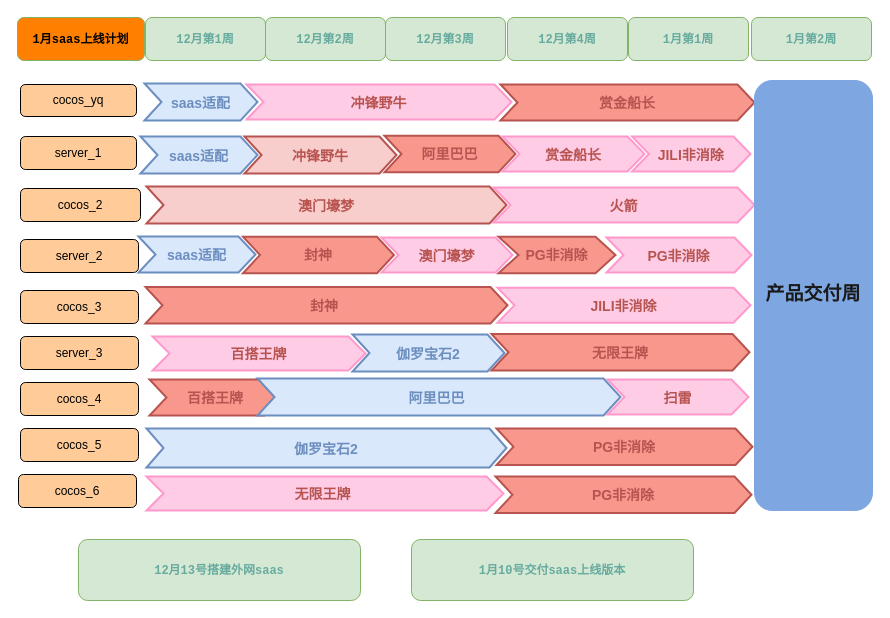
This is 10月计划.drawio from iteevohe/images, a draw.io file, before an edit. Source tidied: cells renumbered, new cells numbered last; positions are measured from the earlier drawing's top-left corner, leaving out a move shared by most shapes. Both pictures are drawn from the tidied source at 100%, with x=0, y=0 at pixel (17, 17).
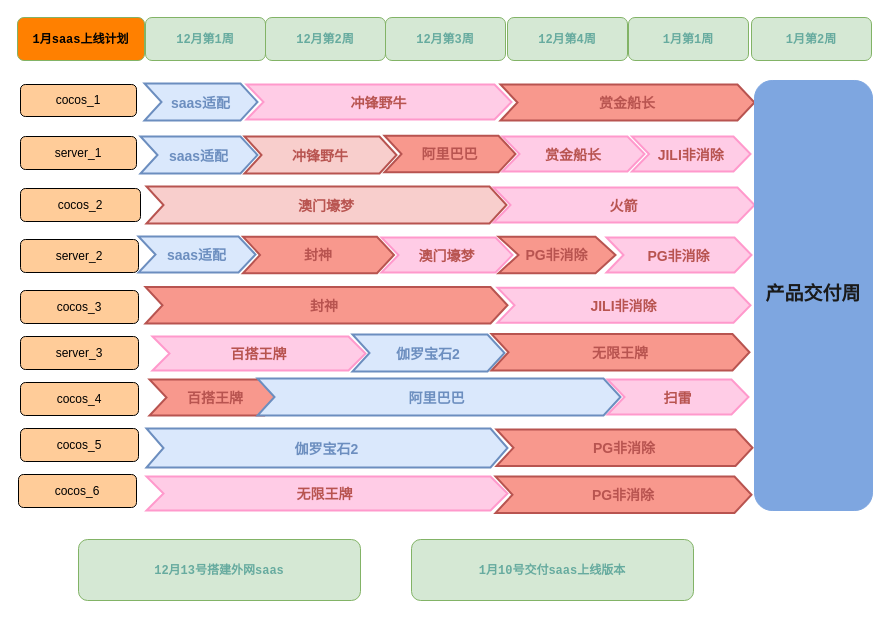
After the change.

Diff of the diagram source:
```diff
@@
-    <mxCell id="11" value="cocos_yq" style="rounded=1;whiteSpace=wrap;html=1;fillColor=#FFCC99;" parent="1" vertex="1">
+    <mxCell id="11" value="cocos_1" style="rounded=1;whiteSpace=wrap;html=1;fillColor=#FFCC99;" parent="1" vertex="1">
       <mxGeometry x="3" y="67" width="116" height="32" as="geometry" />
     </mxCell>
@@
     <mxCell id="24" value="伽罗宝石2" style="shape=step;perimeter=stepPerimeter;strokeColor=#6C8EBF;fontFamily=Helvetica;fontSize=14;fontColor=#6C8EBF;fillColor=#dae8fc;fixedSize=1;size=17;fontStyle=1;strokeWidth=2;spacingTop=0;" parent="1" vertex="1">
-      <mxGeometry x="129" y="411" width="360" height="39" as="geometry" />
+      <mxGeometry x="129" y="411" width="361" height="39" as="geometry" />
     </mxCell>
@@
     <mxCell id="34" value="无限王牌 " style="shape=step;perimeter=stepPerimeter;strokeColor=#FF99CC;fontFamily=Helvetica;fontSize=14;fontColor=#B85450;fillColor=#FFCCE6;fixedSize=1;size=17;fontStyle=1;strokeWidth=2;spacingTop=0;" parent="1" vertex="1">
-      <mxGeometry x="129" y="459" width="357" height="34" as="geometry" />
+      <mxGeometry x="129" y="459" width="361" height="34" as="geometry" />
     </mxCell>
@@
     <mxCell id="39" value="PG非消除" style="shape=step;perimeter=stepPerimeter;strokeColor=#B85450;fontFamily=Helvetica;fontSize=14;fontColor=#B85450;fillColor=#F8988D;fixedSize=1;size=17;fontStyle=1;strokeWidth=2;spacingTop=0;" parent="1" vertex="1">
-      <mxGeometry x="479" y="411" width="256" height="36.5" as="geometry" />
+      <mxGeometry x="479" y="412" width="256" height="36.5" as="geometry" />
     </mxCell>
```
